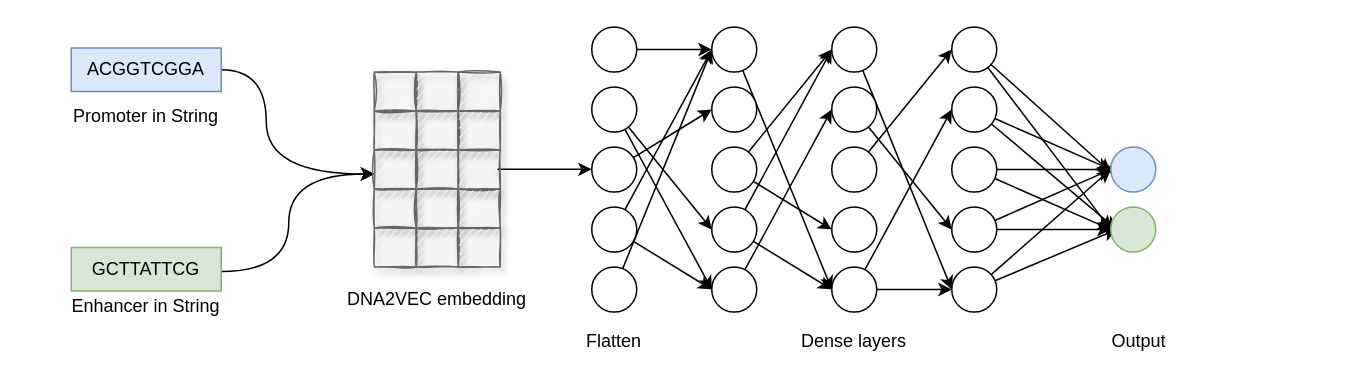
Earlier version of the draw.io diagram embedding_dense.drawio (NaiveTom/draw.io). Source tidied: cells renumbered, new cells numbered last; positions are measured from the earlier drawing's top-left corner, leaving out a move shared by most shapes. Both pictures are drawn from the tidied source at 150%, with x=0, y=0 at pixel (26, 26).
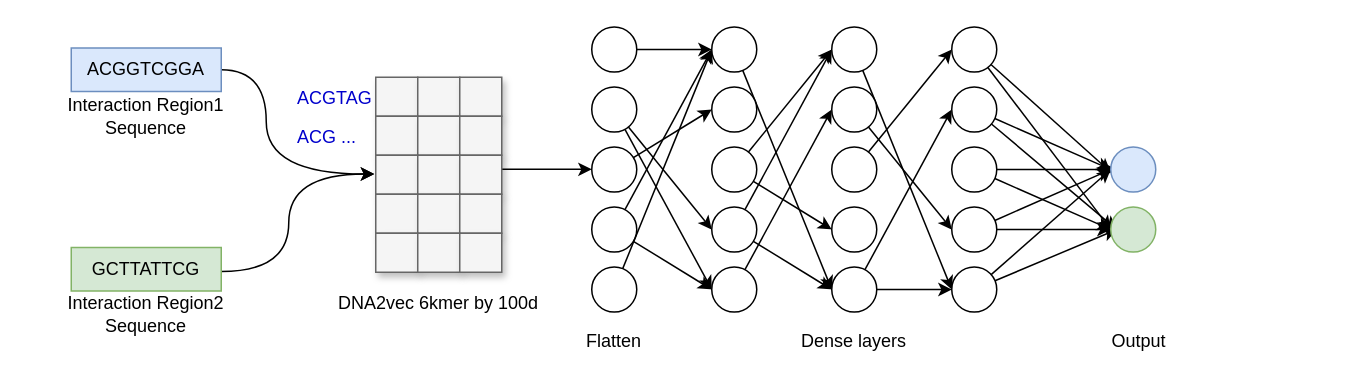
The same diagram, later.

What changed in the source:
```diff
@@
-    <mxCell id="56" value="&lt;div&gt;Promoter in String&lt;/div&gt;" style="text;html=1;strokeColor=none;fillColor=none;align=center;verticalAlign=middle;whiteSpace=wrap;rounded=0;" parent="1" vertex="1">
+    <mxCell id="56" value="Interaction Region1 Sequence" style="text;html=1;strokeColor=none;fillColor=none;align=center;verticalAlign=middle;whiteSpace=wrap;rounded=0;" parent="1" vertex="1">
       <mxGeometry y="49.5" width="160" height="20" as="geometry" />
     </mxCell>
@@
-    <mxCell id="58" value="&lt;div&gt;Enhancer in String&lt;/div&gt;" style="text;html=1;strokeColor=none;fillColor=none;align=center;verticalAlign=middle;whiteSpace=wrap;rounded=0;" parent="1" vertex="1">
-      <mxGeometry y="176.5" width="160" height="20" as="geometry" />
+    <mxCell id="58" value="Interaction Region2 Sequence" style="text;html=1;strokeColor=none;fillColor=none;align=center;verticalAlign=middle;whiteSpace=wrap;rounded=0;" parent="1" vertex="1">
+      <mxGeometry y="181.5" width="160" height="20" as="geometry" />
     </mxCell>
-    <mxCell id="59" style="rounded=0;whiteSpace=wrap;html=1;shadow=1;glass=0;sketch=1;fillColor=#f5f5f5;strokeColor=#666666;fontColor=#333333;" parent="1" vertex="1">
-      <mxGeometry x="232" y="30.5" width="28" height="26" as="geometry" />
-    </mxCell>
@@
-    <mxCell id="61" value="DNA2VEC embedding" style="text;html=1;strokeColor=none;fillColor=none;align=center;verticalAlign=middle;whiteSpace=wrap;rounded=0;" parent="1" vertex="1">
-      <mxGeometry x="194" y="171.5" width="160" height="20" as="geometry" />
-    </mxCell>
-    <mxCell id="62" style="rounded=0;whiteSpace=wrap;html=1;shadow=1;glass=0;sketch=1;fillColor=#f5f5f5;strokeColor=#666666;fontColor=#333333;" parent="1" vertex="1">
-      <mxGeometry x="260" y="30.5" width="28" height="26" as="geometry" />
-    </mxCell>
-    <mxCell id="63" style="rounded=0;whiteSpace=wrap;html=1;shadow=1;glass=0;sketch=1;fillColor=#f5f5f5;strokeColor=#666666;fontColor=#333333;" parent="1" vertex="1">
-      <mxGeometry x="288" y="30.5" width="28" height="26" as="geometry" />
-    </mxCell>
-    <mxCell id="64" style="rounded=0;whiteSpace=wrap;html=1;shadow=1;glass=0;sketch=1;fillColor=#f5f5f5;strokeColor=#666666;fontColor=#333333;" parent="1" vertex="1">
-      <mxGeometry x="232" y="56.5" width="28" height="26" as="geometry" />
-    </mxCell>
-    <mxCell id="65" style="rounded=0;whiteSpace=wrap;html=1;shadow=1;glass=0;sketch=1;fillColor=#f5f5f5;strokeColor=#666666;fontColor=#333333;" parent="1" vertex="1">
-      <mxGeometry x="260" y="56.5" width="28" height="26" as="geometry" />
-    </mxCell>
-    <mxCell id="66" style="rounded=0;whiteSpace=wrap;html=1;shadow=1;glass=0;sketch=1;fillColor=#f5f5f5;strokeColor=#666666;fontColor=#333333;" parent="1" vertex="1">
-      <mxGeometry x="288" y="56.5" width="28" height="26" as="geometry" />
-    </mxCell>
-    <mxCell id="67" style="rounded=0;whiteSpace=wrap;html=1;shadow=1;glass=0;sketch=1;fillColor=#f5f5f5;strokeColor=#666666;fontColor=#333333;" parent="1" vertex="1">
-      <mxGeometry x="232" y="82.5" width="28" height="26" as="geometry" />
-    </mxCell>
-    <mxCell id="68" style="rounded=0;whiteSpace=wrap;html=1;shadow=1;glass=0;sketch=1;fillColor=#f5f5f5;strokeColor=#666666;fontColor=#333333;" parent="1" vertex="1">
-      <mxGeometry x="260" y="82.5" width="28" height="26" as="geometry" />
-    </mxCell>
-    <mxCell id="69" style="rounded=0;whiteSpace=wrap;html=1;shadow=1;glass=0;sketch=1;fillColor=#f5f5f5;strokeColor=#666666;fontColor=#333333;" parent="1" vertex="1">
-      <mxGeometry x="288" y="82.5" width="28" height="26" as="geometry" />
-    </mxCell>
-    <mxCell id="70" style="rounded=0;whiteSpace=wrap;html=1;shadow=1;glass=0;sketch=1;fillColor=#f5f5f5;strokeColor=#666666;fontColor=#333333;" parent="1" vertex="1">
-      <mxGeometry x="232" y="108.5" width="28" height="26" as="geometry" />
-    </mxCell>
-    <mxCell id="71" style="rounded=0;whiteSpace=wrap;html=1;shadow=1;glass=0;sketch=1;fillColor=#f5f5f5;strokeColor=#666666;fontColor=#333333;" parent="1" vertex="1">
-      <mxGeometry x="260" y="108.5" width="28" height="26" as="geometry" />
-    </mxCell>
-    <mxCell id="72" style="rounded=0;whiteSpace=wrap;html=1;shadow=1;glass=0;sketch=1;fillColor=#f5f5f5;strokeColor=#666666;fontColor=#333333;" parent="1" vertex="1">
-      <mxGeometry x="288" y="108.5" width="28" height="26" as="geometry" />
-    </mxCell>
-    <mxCell id="73" style="rounded=0;whiteSpace=wrap;html=1;shadow=1;glass=0;sketch=1;fillColor=#f5f5f5;strokeColor=#666666;fontColor=#333333;" parent="1" vertex="1">
-      <mxGeometry x="232" y="134.5" width="28" height="26" as="geometry" />
-    </mxCell>
-    <mxCell id="74" style="rounded=0;whiteSpace=wrap;html=1;shadow=1;glass=0;sketch=1;fillColor=#f5f5f5;strokeColor=#666666;fontColor=#333333;" parent="1" vertex="1">
-      <mxGeometry x="260" y="134.5" width="28" height="26" as="geometry" />
-    </mxCell>
-    <mxCell id="75" style="rounded=0;whiteSpace=wrap;html=1;shadow=1;glass=0;sketch=1;fillColor=#f5f5f5;strokeColor=#666666;fontColor=#333333;" parent="1" vertex="1">
-      <mxGeometry x="288" y="134.5" width="28" height="26" as="geometry" />
-    </mxCell>
@@
+    <mxCell id="78" style="rounded=0;whiteSpace=wrap;html=1;shadow=1;glass=0;sketch=0;fillColor=#f5f5f5;strokeColor=#666666;fontColor=#333333;" parent="1" vertex="1">
+      <mxGeometry x="233" y="34" width="28" height="26" as="geometry" />
+    </mxCell>
+    <mxCell id="79" value="DNA2vec 6kmer by 100d" style="text;html=1;strokeColor=none;fillColor=none;align=center;verticalAlign=middle;whiteSpace=wrap;rounded=0;" parent="1" vertex="1">
+      <mxGeometry x="195" y="175" width="160" height="20" as="geometry" />
+    </mxCell>
+    <mxCell id="80" style="rounded=0;whiteSpace=wrap;html=1;shadow=1;glass=0;sketch=0;fillColor=#f5f5f5;strokeColor=#666666;fontColor=#333333;" parent="1" vertex="1">
+      <mxGeometry x="261" y="34" width="28" height="26" as="geometry" />
+    </mxCell>
+    <mxCell id="81" style="rounded=0;whiteSpace=wrap;html=1;shadow=1;glass=0;sketch=0;fillColor=#f5f5f5;strokeColor=#666666;fontColor=#333333;" parent="1" vertex="1">
+      <mxGeometry x="289" y="34" width="28" height="26" as="geometry" />
+    </mxCell>
+    <mxCell id="82" style="rounded=0;whiteSpace=wrap;html=1;shadow=1;glass=0;sketch=0;fillColor=#f5f5f5;strokeColor=#666666;fontColor=#333333;" parent="1" vertex="1">
+      <mxGeometry x="233" y="60" width="28" height="26" as="geometry" />
+    </mxCell>
+    <mxCell id="83" style="rounded=0;whiteSpace=wrap;html=1;shadow=1;glass=0;sketch=0;fillColor=#f5f5f5;strokeColor=#666666;fontColor=#333333;" parent="1" vertex="1">
+      <mxGeometry x="261" y="60" width="28" height="26" as="geometry" />
+    </mxCell>
+    <mxCell id="84" style="rounded=0;whiteSpace=wrap;html=1;shadow=1;glass=0;sketch=0;fillColor=#f5f5f5;strokeColor=#666666;fontColor=#333333;" parent="1" vertex="1">
+      <mxGeometry x="289" y="60" width="28" height="26" as="geometry" />
+    </mxCell>
+    <mxCell id="85" style="rounded=0;whiteSpace=wrap;html=1;shadow=1;glass=0;sketch=0;fillColor=#f5f5f5;strokeColor=#666666;fontColor=#333333;" parent="1" vertex="1">
+      <mxGeometry x="233" y="86" width="28" height="26" as="geometry" />
+    </mxCell>
+    <mxCell id="86" style="rounded=0;whiteSpace=wrap;html=1;shadow=1;glass=0;sketch=0;fillColor=#f5f5f5;strokeColor=#666666;fontColor=#333333;" parent="1" vertex="1">
+      <mxGeometry x="261" y="86" width="28" height="26" as="geometry" />
+    </mxCell>
+    <mxCell id="87" style="rounded=0;whiteSpace=wrap;html=1;shadow=1;glass=0;sketch=0;fillColor=#f5f5f5;strokeColor=#666666;fontColor=#333333;" parent="1" vertex="1">
+      <mxGeometry x="289" y="86" width="28" height="26" as="geometry" />
+    </mxCell>
+    <mxCell id="88" style="rounded=0;whiteSpace=wrap;html=1;shadow=1;glass=0;sketch=0;fillColor=#f5f5f5;strokeColor=#666666;fontColor=#333333;" parent="1" vertex="1">
+      <mxGeometry x="233" y="112" width="28" height="26" as="geometry" />
+    </mxCell>
+    <mxCell id="89" style="rounded=0;whiteSpace=wrap;html=1;shadow=1;glass=0;sketch=0;fillColor=#f5f5f5;strokeColor=#666666;fontColor=#333333;" parent="1" vertex="1">
+      <mxGeometry x="261" y="112" width="28" height="26" as="geometry" />
+    </mxCell>
+    <mxCell id="90" style="rounded=0;whiteSpace=wrap;html=1;shadow=1;glass=0;sketch=0;fillColor=#f5f5f5;strokeColor=#666666;fontColor=#333333;" parent="1" vertex="1">
+      <mxGeometry x="289" y="112" width="28" height="26" as="geometry" />
+    </mxCell>
+    <mxCell id="91" style="rounded=0;whiteSpace=wrap;html=1;shadow=1;glass=0;sketch=0;fillColor=#f5f5f5;strokeColor=#666666;fontColor=#333333;" parent="1" vertex="1">
+      <mxGeometry x="233" y="138" width="28" height="26" as="geometry" />
+    </mxCell>
+    <mxCell id="92" style="rounded=0;whiteSpace=wrap;html=1;shadow=1;glass=0;sketch=0;fillColor=#f5f5f5;strokeColor=#666666;fontColor=#333333;" parent="1" vertex="1">
+      <mxGeometry x="261" y="138" width="28" height="26" as="geometry" />
+    </mxCell>
+    <mxCell id="93" style="rounded=0;whiteSpace=wrap;html=1;shadow=1;glass=0;sketch=0;fillColor=#f5f5f5;strokeColor=#666666;fontColor=#333333;" parent="1" vertex="1">
+      <mxGeometry x="289" y="138" width="28" height="26" as="geometry" />
+    </mxCell>
+    <mxCell id="94" value="&lt;font color=&quot;#0000CC&quot;&gt;ACGTAG&lt;/font&gt;" style="text;whiteSpace=wrap;html=1;" parent="1" vertex="1">
+      <mxGeometry x="179" y="34" width="70" height="30" as="geometry" />
+    </mxCell>
+    <mxCell id="95" value="&lt;font color=&quot;#0000CC&quot;&gt;ACG ...&lt;/font&gt;" style="text;whiteSpace=wrap;html=1;" parent="1" vertex="1">
+      <mxGeometry x="179" y="60" width="70" height="30" as="geometry" />
+    </mxCell>
```
